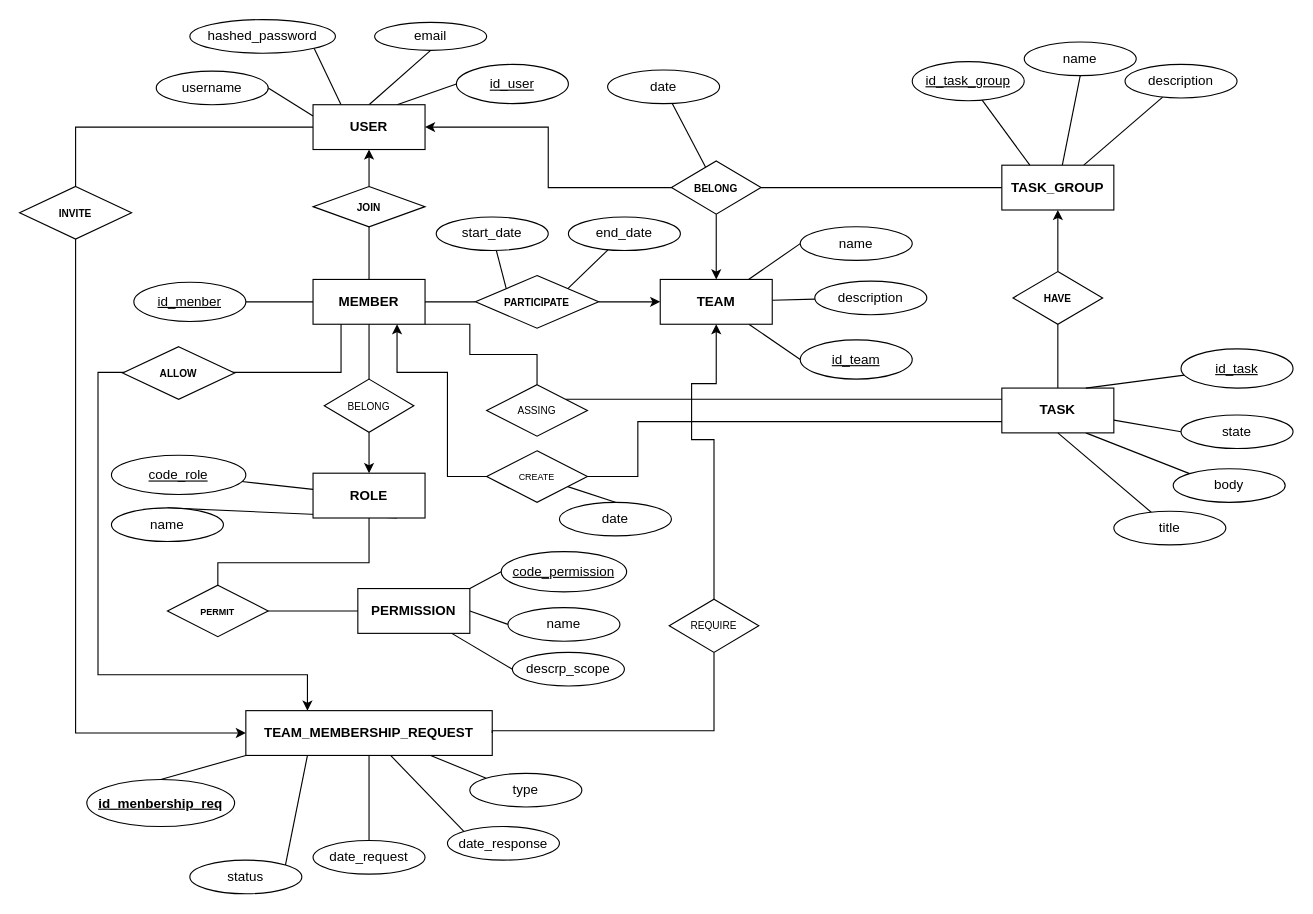
This is page "entity_relationship" (2 of 3) of docs/todo_app.drawio from XhuaSpy/task_system_for_teams, a draw.io file, before an edit. Source tidied: cells renumbered, new cells numbered last; positions are measured from the earlier drawing's top-left corner, leaving out a move shared by most shapes. Both pictures are drawn from the tidied source at 112%, with x=0, y=0 at pixel (19, 19).
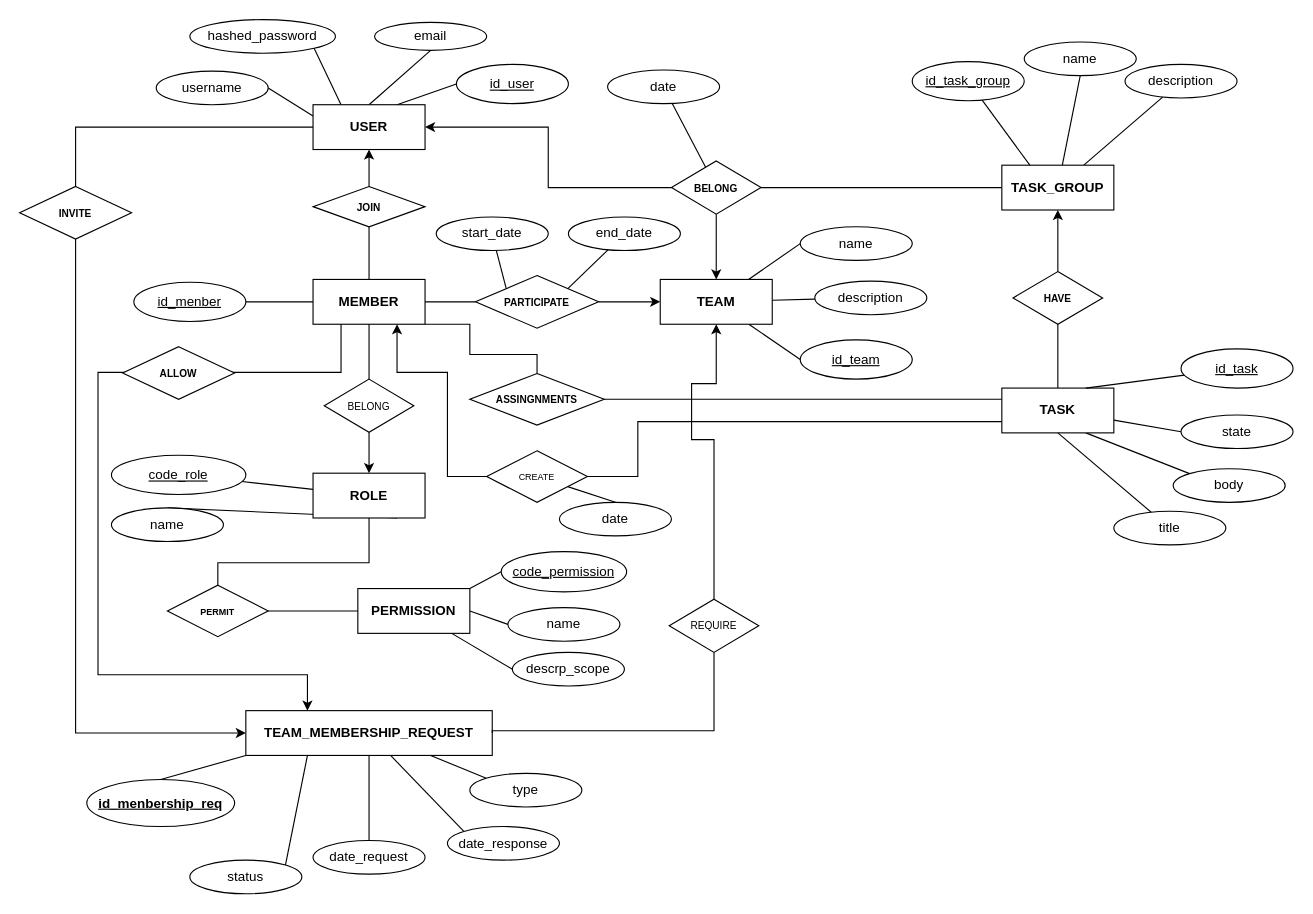
The same page after the edit.

Commit message (it also covers changes not shown here):
fix(docs): new name of table assing to assignments

The edit, as a diff of the source:
```diff
@@
-    <mxCell id="53" value="&lt;font style=&quot;font-size: 9px;&quot;&gt;ASSING&lt;/font&gt;" style="shape=rhombus;perimeter=rhombusPerimeter;whiteSpace=wrap;html=1;align=center;" parent="1" vertex="1">
-      <mxGeometry x="417" y="326" width="90" height="46" as="geometry" />
+    <mxCell id="53" value="&lt;span style=&quot;font-weight: 700;&quot;&gt;&lt;font style=&quot;font-size: 9px;&quot;&gt;ASSINGNMENTS&lt;/font&gt;&lt;/span&gt;" style="shape=rhombus;perimeter=rhombusPerimeter;whiteSpace=wrap;html=1;align=center;" parent="1" vertex="1">
+      <mxGeometry x="402" y="316" width="120" height="46" as="geometry" />
     </mxCell>
```
